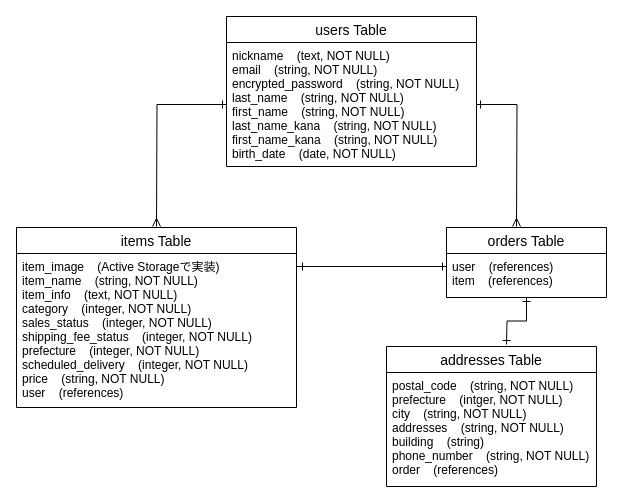
The draw.io diagram tables.dio in yasufumi-ohtaka/furima-32629, before the edit. Source tidied: cells renumbered, new cells numbered last; positions are measured from the earlier drawing's top-left corner, leaving out a move shared by most shapes. Both pictures are drawn from the tidied source at 100%, with x=0, y=0 at pixel (16, 16).
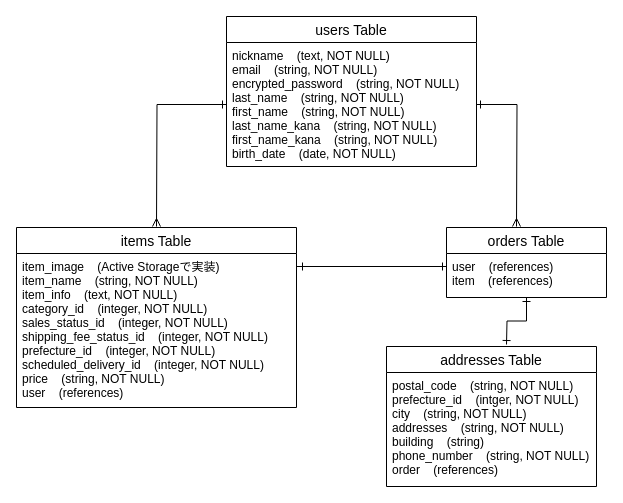
The same diagram, later.

Commit message (it also covers changes not shown here):
【依頼】README記述＆ER図　再度修正

The change refers to these unchanged cells:
```xml
<mxCell id="3" value="items Table" style="swimlane;fontStyle=0;horizontal=1;startSize=26;align=center;fontSize=14;" parent="1" vertex="1">
  <mxGeometry y="211" width="280" height="180" as="geometry" />
</mxCell>
<mxCell id="10" value="addresses Table" style="swimlane;fontStyle=0;horizontal=1;startSize=26;align=center;fontSize=14;" parent="1" vertex="1">
  <mxGeometry x="370" y="330" width="210" height="140" as="geometry" />
</mxCell>
```

Change to the diagram source:
```diff
@@
-    <mxCell id="4" value="item_image    (Active Storageで実装)&#10;item_name    (string, NOT NULL)&#10;item_info    (text, NOT NULL)&#10;category    (integer, NOT NULL)&#10;sales_status    (integer, NOT NULL)&#10;shipping_fee_status    (integer, NOT NULL)&#10;prefecture    (integer, NOT NULL)&#10;scheduled_delivery    (integer, NOT NULL)&#10;price    (string, NOT NULL)&#10;user    (references)" style="text;strokeColor=none;fillColor=none;spacingLeft=4;spacingRight=4;overflow=hidden;fontSize=12;" parent="3" vertex="1">
+    <mxCell id="4" value="item_image    (Active Storageで実装)&#10;item_name    (string, NOT NULL)&#10;item_info    (text, NOT NULL)&#10;category_id    (integer, NOT NULL)&#10;sales_status_id    (integer, NOT NULL)&#10;shipping_fee_status_id    (integer, NOT NULL)&#10;prefecture_id    (integer, NOT NULL)&#10;scheduled_delivery_id    (integer, NOT NULL)&#10;price    (string, NOT NULL)&#10;user    (references)" style="text;strokeColor=none;fillColor=none;spacingLeft=4;spacingRight=4;overflow=hidden;fontSize=12;" parent="3" vertex="1">
       <mxGeometry y="26" width="280" height="154" as="geometry" />
     </mxCell>
@@
-    <mxCell id="11" value="postal_code    (string, NOT NULL)&#10;prefecture    (intger, NOT NULL)&#10;city    (string, NOT NULL)&#10;addresses    (string, NOT NULL)&#10;building    (string)&#10;phone_number    (string, NOT NULL)&#10;order    (references)" style="text;strokeColor=none;fillColor=none;spacingLeft=4;spacingRight=4;overflow=hidden;fontSize=12;" parent="10" vertex="1">
+    <mxCell id="11" value="postal_code    (string, NOT NULL)&#10;prefecture_id    (intger, NOT NULL)&#10;city    (string, NOT NULL)&#10;addresses    (string, NOT NULL)&#10;building    (string)&#10;phone_number    (string, NOT NULL)&#10;order    (references)" style="text;strokeColor=none;fillColor=none;spacingLeft=4;spacingRight=4;overflow=hidden;fontSize=12;" parent="10" vertex="1">
       <mxGeometry y="26" width="210" height="114" as="geometry" />
     </mxCell>
```
